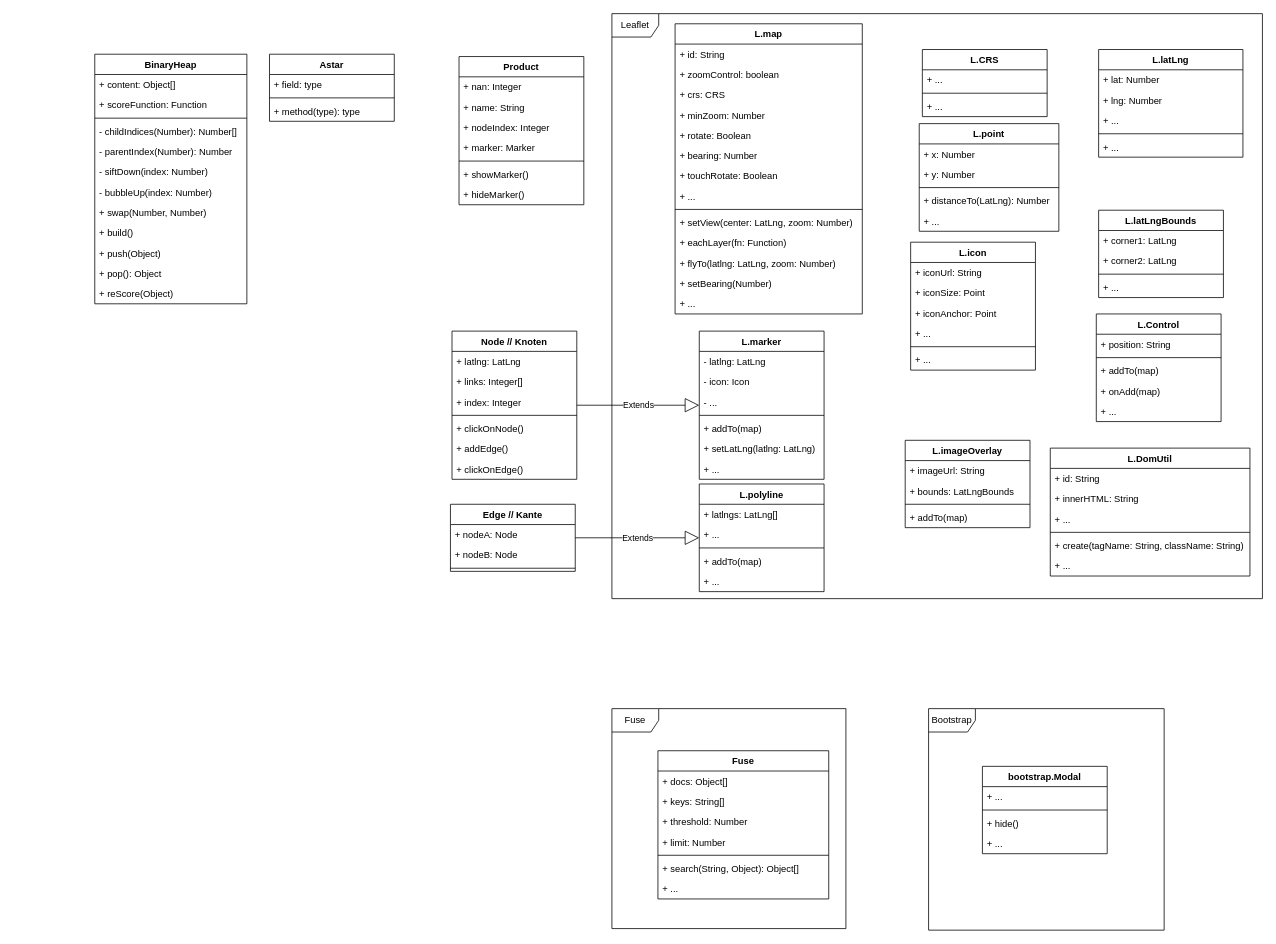
Before: drawio/klassen.drawio in danielgilbers/indoor-navigation, a draw.io diagram. Source tidied: cells renumbered, new cells numbered last; positions are measured from the earlier drawing's top-left corner, leaving out a move shared by most shapes. Both pictures are drawn from the tidied source at 78%, with x=0, y=0 at pixel (94, 13).
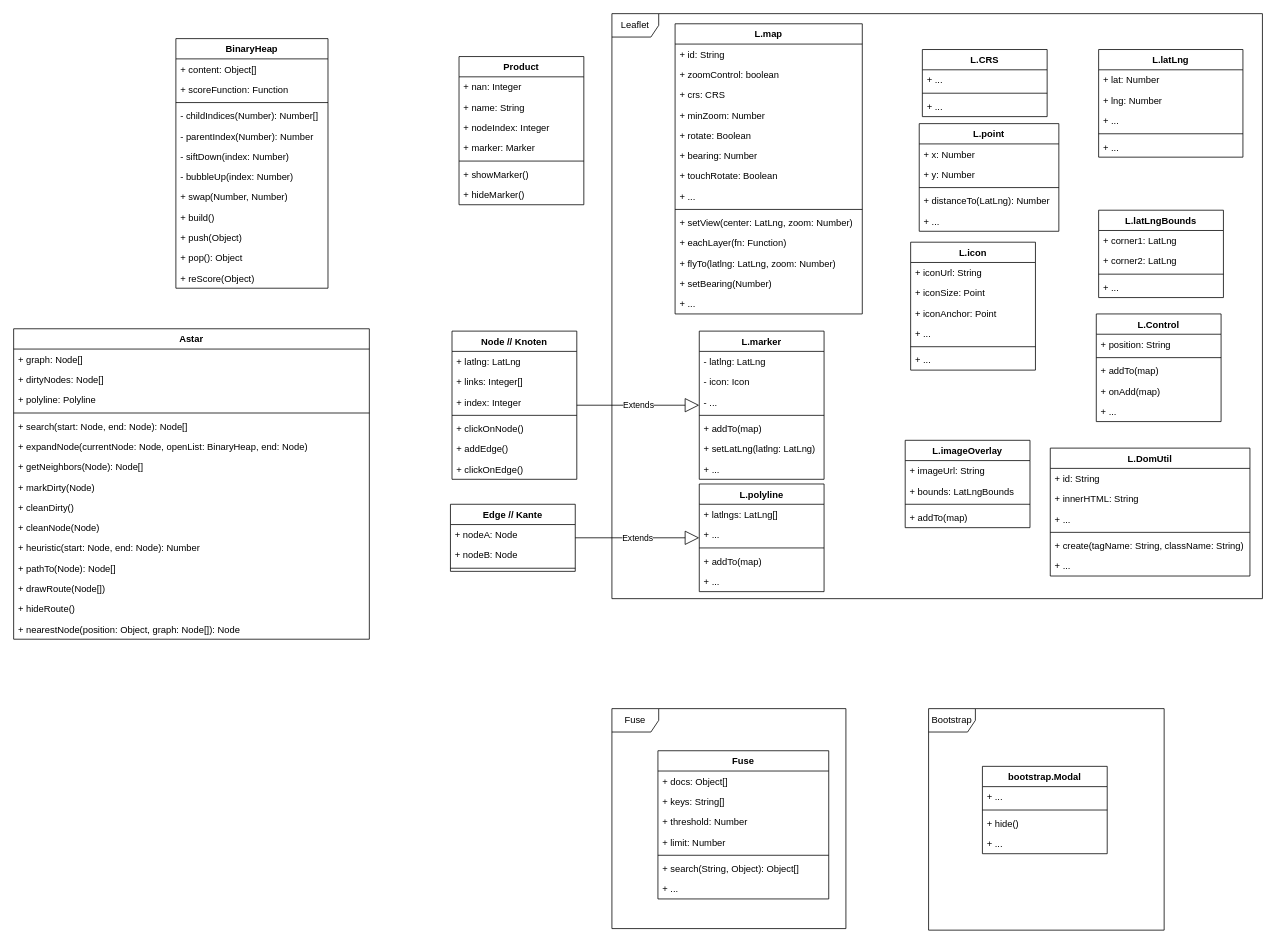
The same page after the edit.

Commit message:
add Astar class

The edit, as a diff of the source:
```diff
@@
     <mxCell id="115" value="BinaryHeap" style="swimlane;fontStyle=1;align=center;verticalAlign=top;horizontal=1;startSize=26;" parent="1" vertex="1">
-      <mxGeometry y="52" width="195" height="320" as="geometry" />
+      <mxGeometry x="104" y="32" width="195" height="320" as="geometry" />
     </mxCell>
@@
     <mxCell id="128" value="Astar" style="swimlane;fontStyle=1;align=center;verticalAlign=top;horizontal=1;startSize=26;" parent="1" vertex="1">
-      <mxGeometry x="224" y="52" width="160" height="86" as="geometry" />
+      <mxGeometry x="-104" y="404" width="456" height="398" as="geometry" />
     </mxCell>
-    <mxCell id="129" value="+ field: type" style="text;strokeColor=none;fillColor=none;align=left;verticalAlign=top;spacingLeft=4;spacingRight=4;overflow=hidden;" parent="128" vertex="1">
-      <mxGeometry y="26" width="160" height="26" as="geometry" />
+    <mxCell id="129" value="+ graph: Node[]" style="text;strokeColor=none;fillColor=none;align=left;verticalAlign=top;spacingLeft=4;spacingRight=4;overflow=hidden;" parent="128" vertex="1">
+      <mxGeometry y="26" width="456" height="26" as="geometry" />
     </mxCell>
+    <mxCell id="132" value="+ dirtyNodes: Node[]" style="text;strokeColor=none;fillColor=none;align=left;verticalAlign=top;spacingLeft=4;spacingRight=4;overflow=hidden;" parent="128" vertex="1">
+      <mxGeometry y="52" width="456" height="26" as="geometry" />
+    </mxCell>
+    <mxCell id="133" value="+ polyline: Polyline" style="text;strokeColor=none;fillColor=none;align=left;verticalAlign=top;spacingLeft=4;spacingRight=4;overflow=hidden;" parent="128" vertex="1">
+      <mxGeometry y="78" width="456" height="26" as="geometry" />
+    </mxCell>
     <mxCell id="130" style="line;strokeWidth=1;fillColor=none;align=left;verticalAlign=middle;spacingTop=-1;spacingLeft=3;spacingRight=3;labelPosition=right;strokeColor=inherit;" parent="128" vertex="1">
-      <mxGeometry y="52" width="160" height="8" as="geometry" />
+      <mxGeometry y="104" width="456" height="8" as="geometry" />
     </mxCell>
-    <mxCell id="131" value="+ method(type): type" style="text;strokeColor=none;fillColor=none;align=left;verticalAlign=top;spacingLeft=4;spacingRight=4;overflow=hidden;" parent="128" vertex="1">
-      <mxGeometry y="60" width="160" height="26" as="geometry" />
+    <mxCell id="131" value="+ search(start: Node, end: Node): Node[]" style="text;strokeColor=none;fillColor=none;align=left;verticalAlign=top;spacingLeft=4;spacingRight=4;overflow=hidden;" parent="128" vertex="1">
+      <mxGeometry y="112" width="456" height="26" as="geometry" />
     </mxCell>
+    <mxCell id="134" value="+ expandNode(currentNode: Node, openList: BinaryHeap, end: Node)" style="text;strokeColor=none;fillColor=none;align=left;verticalAlign=top;spacingLeft=4;spacingRight=4;overflow=hidden;" parent="128" vertex="1">
+      <mxGeometry y="138" width="456" height="26" as="geometry" />
+    </mxCell>
+    <mxCell id="135" value="+ getNeighbors(Node): Node[]" style="text;strokeColor=none;fillColor=none;align=left;verticalAlign=top;spacingLeft=4;spacingRight=4;overflow=hidden;" parent="128" vertex="1">
+      <mxGeometry y="164" width="456" height="26" as="geometry" />
+    </mxCell>
+    <mxCell id="136" value="+ markDirty(Node)" style="text;strokeColor=none;fillColor=none;align=left;verticalAlign=top;spacingLeft=4;spacingRight=4;overflow=hidden;" parent="128" vertex="1">
+      <mxGeometry y="190" width="456" height="26" as="geometry" />
+    </mxCell>
+    <mxCell id="137" value="+ cleanDirty()" style="text;strokeColor=none;fillColor=none;align=left;verticalAlign=top;spacingLeft=4;spacingRight=4;overflow=hidden;" parent="128" vertex="1">
+      <mxGeometry y="216" width="456" height="26" as="geometry" />
+    </mxCell>
+    <mxCell id="138" value="+ cleanNode(Node)" style="text;strokeColor=none;fillColor=none;align=left;verticalAlign=top;spacingLeft=4;spacingRight=4;overflow=hidden;" parent="128" vertex="1">
+      <mxGeometry y="242" width="456" height="26" as="geometry" />
+    </mxCell>
+    <mxCell id="139" value="+ heuristic(start: Node, end: Node): Number" style="text;strokeColor=none;fillColor=none;align=left;verticalAlign=top;spacingLeft=4;spacingRight=4;overflow=hidden;" parent="128" vertex="1">
+      <mxGeometry y="268" width="456" height="26" as="geometry" />
+    </mxCell>
+    <mxCell id="140" value="+ pathTo(Node): Node[]" style="text;strokeColor=none;fillColor=none;align=left;verticalAlign=top;spacingLeft=4;spacingRight=4;overflow=hidden;" parent="128" vertex="1">
+      <mxGeometry y="294" width="456" height="26" as="geometry" />
+    </mxCell>
+    <mxCell id="141" value="+ drawRoute(Node[])" style="text;strokeColor=none;fillColor=none;align=left;verticalAlign=top;spacingLeft=4;spacingRight=4;overflow=hidden;" parent="128" vertex="1">
+      <mxGeometry y="320" width="456" height="26" as="geometry" />
+    </mxCell>
+    <mxCell id="142" value="+ hideRoute()" style="text;strokeColor=none;fillColor=none;align=left;verticalAlign=top;spacingLeft=4;spacingRight=4;overflow=hidden;" parent="128" vertex="1">
+      <mxGeometry y="346" width="456" height="26" as="geometry" />
+    </mxCell>
+    <mxCell id="143" value="+ nearestNode(position: Object, graph: Node[]): Node" style="text;strokeColor=none;fillColor=none;align=left;verticalAlign=top;spacingLeft=4;spacingRight=4;overflow=hidden;" parent="128" vertex="1">
+      <mxGeometry y="372" width="456" height="26" as="geometry" />
+    </mxCell>
```
